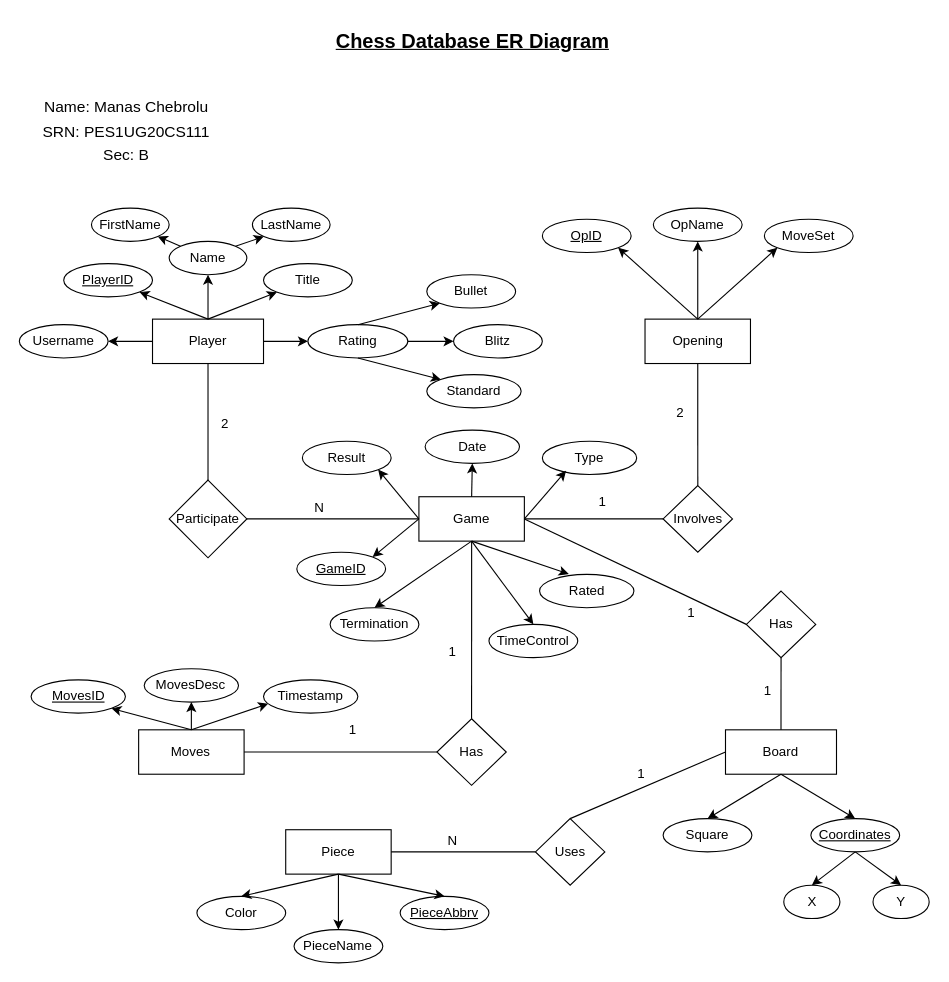
This is report/Chess_ER_Diagram.drawio from manasch/Chess_Database_DBMS_Project, a draw.io file, before an edit. Source tidied: cells renumbered, new cells numbered last; positions are measured from the earlier drawing's top-left corner, leaving out a move shared by most shapes. Both pictures are drawn from the tidied source at 111%, with x=0, y=0 at pixel (19, 19).
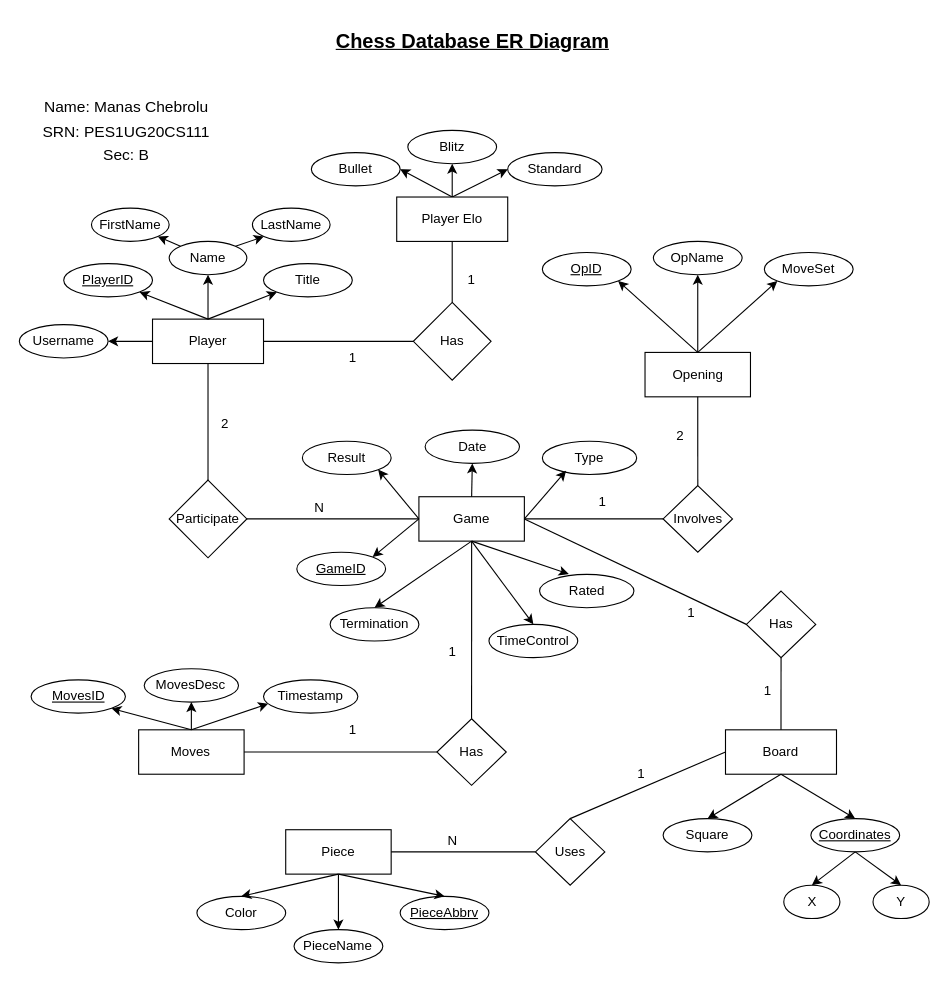
After the change.

The change refers to these unchanged cells:
```xml
<mxCell id="2" value="Player" style="rounded=0;whiteSpace=wrap;html=1;" parent="1" vertex="1">
  <mxGeometry x="119.9" y="270" width="100" height="40" as="geometry" />
</mxCell>
```

Diff of the diagram source:
```diff
@@
-    <mxCell id="6" value="Rating" style="ellipse;whiteSpace=wrap;html=1;" parent="1" vertex="1">
-      <mxGeometry x="259.9" y="275" width="90" height="30" as="geometry" />
-    </mxCell>
     <mxCell id="7" value="Blitz" style="ellipse;whiteSpace=wrap;html=1;" parent="1" vertex="1">
-      <mxGeometry x="391.1" y="275" width="80" height="30" as="geometry" />
+      <mxGeometry x="349.9" y="100" width="80" height="30" as="geometry" />
     </mxCell>
     <mxCell id="8" value="Standard" style="ellipse;whiteSpace=wrap;html=1;" parent="1" vertex="1">
-      <mxGeometry x="367" y="320" width="85" height="30" as="geometry" />
+      <mxGeometry x="439.9" y="120" width="85" height="30" as="geometry" />
     </mxCell>
@@
-    <mxCell id="12" style="endArrow=classic;html=1;rounded=0;entryX=0;entryY=0.5;entryDx=0;entryDy=0;exitX=1;exitY=0.5;exitDx=0;exitDy=0;" parent="1" edge="1" source="2" target="6">
-      <mxGeometry relative="1" as="geometry" />
-    </mxCell>
-    <mxCell id="13" style="endArrow=classic;html=1;rounded=0;entryX=0;entryY=0.5;entryDx=0;entryDy=0;exitX=1;exitY=0.5;exitDx=0;exitDy=0;" parent="1" edge="1" source="6" target="7">
+    <mxCell id="13" style="endArrow=classic;html=1;rounded=0;entryX=0.5;entryY=1;entryDx=0;entryDy=0;exitX=0.5;exitY=0;exitDx=0;exitDy=0;" parent="1" edge="1" source="96" target="7">
       <mxGeometry relative="1" as="geometry" />
     </mxCell>
-    <mxCell id="14" style="endArrow=classic;html=1;rounded=0;entryX=0;entryY=0;entryDx=0;entryDy=0;exitX=0.5;exitY=1;exitDx=0;exitDy=0;" parent="1" edge="1" source="6" target="8">
+    <mxCell id="14" style="endArrow=classic;html=1;rounded=0;entryX=0;entryY=0.5;entryDx=0;entryDy=0;exitX=0.5;exitY=0;exitDx=0;exitDy=0;" parent="1" edge="1" source="96" target="8">
       <mxGeometry relative="1" as="geometry" />
     </mxCell>
@@
     <mxCell id="47" value="Opening" style="rounded=0;whiteSpace=wrap;html=1;" parent="1" vertex="1">
-      <mxGeometry x="563.6" y="270" width="95" height="40" as="geometry" />
+      <mxGeometry x="563.6" y="300" width="95" height="40" as="geometry" />
     </mxCell>
     <mxCell id="48" value="&lt;u&gt;OpID&lt;/u&gt;" style="ellipse;whiteSpace=wrap;html=1;" parent="1" vertex="1">
-      <mxGeometry x="471.1" y="180" width="80" height="30" as="geometry" />
+      <mxGeometry x="471.1" y="210" width="80" height="30" as="geometry" />
     </mxCell>
     <mxCell id="49" value="OpName" style="ellipse;whiteSpace=wrap;html=1;" parent="1" vertex="1">
-      <mxGeometry x="571.1" y="170" width="80" height="30" as="geometry" />
+      <mxGeometry x="571.1" y="200" width="80" height="30" as="geometry" />
     </mxCell>
     <mxCell id="50" value="MoveSet" style="ellipse;whiteSpace=wrap;html=1;" parent="1" vertex="1">
-      <mxGeometry x="671.1" y="180" width="80" height="30" as="geometry" />
+      <mxGeometry x="671.1" y="210" width="80" height="30" as="geometry" />
     </mxCell>
@@
     <mxCell id="58" value="2" style="text;html=1;align=center;verticalAlign=middle;strokeColor=none;fillColor=none;" parent="1" vertex="1">
-      <mxGeometry x="579.9" y="340" width="30" height="30" as="geometry" />
+      <mxGeometry x="579.9" y="360" width="30" height="30" as="geometry" />
     </mxCell>
@@
     <mxCell id="86" value="Bullet" style="ellipse;whiteSpace=wrap;html=1;" parent="1" vertex="1">
-      <mxGeometry x="367" y="230" width="80" height="30" as="geometry" />
+      <mxGeometry x="263" y="120" width="80" height="30" as="geometry" />
     </mxCell>
-    <mxCell id="87" style="endArrow=classic;html=1;rounded=0;entryX=0;entryY=1;entryDx=0;entryDy=0;exitX=0.5;exitY=0;exitDx=0;exitDy=0;" parent="1" edge="1" source="6" target="86">
+    <mxCell id="87" style="endArrow=classic;html=1;rounded=0;entryX=1;entryY=0.5;entryDx=0;entryDy=0;exitX=0.5;exitY=0;exitDx=0;exitDy=0;" parent="1" edge="1" source="96" target="86">
       <mxGeometry relative="1" as="geometry" />
     </mxCell>
@@
+    <mxCell id="96" value="Player Elo" style="rounded=0;whiteSpace=wrap;html=1;" parent="1" vertex="1">
+      <mxGeometry x="339.9" y="160" width="100" height="40" as="geometry" />
+    </mxCell>
+    <mxCell id="97" value="Has" style="rhombus;whiteSpace=wrap;html=1;" parent="1" vertex="1">
+      <mxGeometry x="354.9" y="255" width="70" height="70" as="geometry" />
+    </mxCell>
+    <mxCell id="98" style="endArrow=none;html=1;rounded=0;entryX=1;entryY=0.5;entryDx=0;entryDy=0;exitX=0;exitY=0.5;exitDx=0;exitDy=0;" parent="1" edge="1" source="97" target="2">
+      <mxGeometry relative="1" as="geometry">
+        <Array as="points">
+          <mxPoint x="293" y="290" />
+        </Array>
+      </mxGeometry>
+    </mxCell>
+    <mxCell id="99" style="endArrow=none;html=1;rounded=0;entryX=0.5;entryY=0;entryDx=0;entryDy=0;exitX=0.5;exitY=1;exitDx=0;exitDy=0;" parent="1" edge="1" source="96" target="97">
+      <mxGeometry relative="1" as="geometry" />
+    </mxCell>
+    <mxCell id="100" value="1" style="text;html=1;align=center;verticalAlign=middle;strokeColor=none;fillColor=none;" parent="1" vertex="1">
+      <mxGeometry x="284.9" y="290" width="30" height="30" as="geometry" />
+    </mxCell>
+    <mxCell id="101" value="1" style="text;html=1;align=center;verticalAlign=middle;strokeColor=none;fillColor=none;" parent="1" vertex="1">
+      <mxGeometry x="392" y="220" width="30" height="30" as="geometry" />
+    </mxCell>
```
